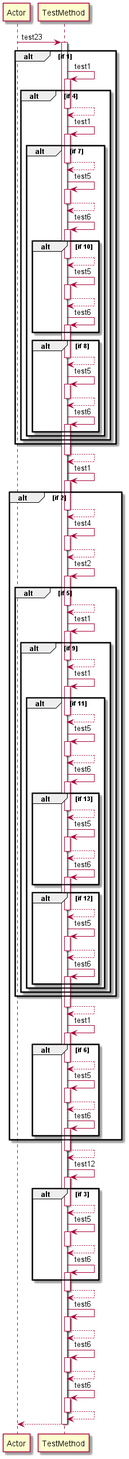
The PlantUML diagram Diagrams/BLOCK/test23.png in manucapo/Gardener, before a commit.
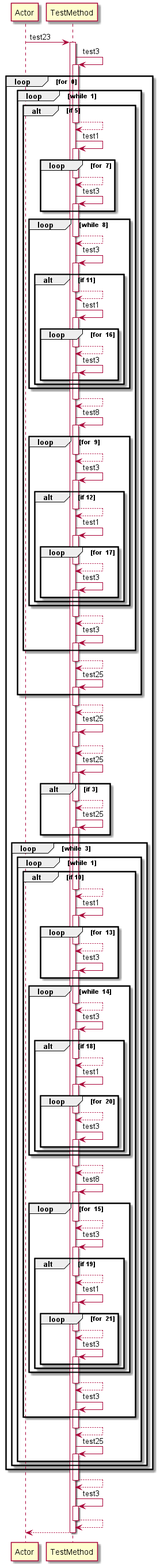
The same file after the commit.

Diff of the diagram source:
```diff
@@ -2,141 +2,153 @@
 participant Actor
 Actor -> TestMethod: test23
 activate TestMethod
-alt if 1
-TestMethod -> TestMethod: test1
+TestMethod -> TestMethod: test3
 activate TestMethod
-alt if 4
+loop for  0
+loop while  1
+alt if 5
 TestMethod-->TestMethod
 deactivate TestMethod
 TestMethod -> TestMethod: test1
 activate TestMethod
-alt if 7
+loop for  7
 TestMethod-->TestMethod
 deactivate TestMethod
-TestMethod -> TestMethod: test5
+TestMethod -> TestMethod: test3
 activate TestMethod
+end
+loop while  8
 TestMethod-->TestMethod
 deactivate TestMethod
-TestMethod -> TestMethod: test6
+TestMethod -> TestMethod: test3
 activate TestMethod
-alt if 10
+alt if 11
 TestMethod-->TestMethod
 deactivate TestMethod
-TestMethod -> TestMethod: test5
+TestMethod -> TestMethod: test1
 activate TestMethod
+loop for  16
 TestMethod-->TestMethod
 deactivate TestMethod
-TestMethod -> TestMethod: test6
+TestMethod -> TestMethod: test3
 activate TestMethod
-end
-alt if 8
-TestMethod-->TestMethod
-deactivate TestMethod
-TestMethod -> TestMethod: test5
-activate TestMethod
-TestMethod-->TestMethod
-deactivate TestMethod
-TestMethod -> TestMethod: test6
-activate TestMethod
-end
 end
 end
 end
 TestMethod-->TestMethod
 deactivate TestMethod
-TestMethod -> TestMethod: test1
+TestMethod -> TestMethod: test8
 activate TestMethod
-alt if 2
+loop for  9
 TestMethod-->TestMethod
 deactivate TestMethod
-TestMethod -> TestMethod: test4
+TestMethod -> TestMethod: test3
 activate TestMethod
-TestMethod-->TestMethod
-deactivate TestMethod
-TestMethod -> TestMethod: test2
-activate TestMethod
-alt if 5
+alt if 12
 TestMethod-->TestMethod
 deactivate TestMethod
 TestMethod -> TestMethod: test1
 activate TestMethod
-alt if 9
+loop for  17
 TestMethod-->TestMethod
 deactivate TestMethod
-TestMethod -> TestMethod: test1
+TestMethod -> TestMethod: test3
 activate TestMethod
-alt if 11
-TestMethod-->TestMethod
-deactivate TestMethod
-TestMethod -> TestMethod: test5
-activate TestMethod
-TestMethod-->TestMethod
-deactivate TestMethod
-TestMethod -> TestMethod: test6
-activate TestMethod
-alt if 13
-TestMethod-->TestMethod
-deactivate TestMethod
-TestMethod -> TestMethod: test5
-activate TestMethod
-TestMethod-->TestMethod
-deactivate TestMethod
-TestMethod -> TestMethod: test6
-activate TestMethod
-end
-alt if 12
-TestMethod-->TestMethod
-deactivate TestMethod
-TestMethod -> TestMethod: test5
-activate TestMethod
-TestMethod-->TestMethod
-deactivate TestMethod
-TestMethod -> TestMethod: test6
-activate TestMethod
-end
 end
 end
 end
 TestMethod-->TestMethod
 deactivate TestMethod
-TestMethod -> TestMethod: test1
+TestMethod -> TestMethod: test3
 activate TestMethod
-alt if 6
+end
 TestMethod-->TestMethod
 deactivate TestMethod
-TestMethod -> TestMethod: test5
+TestMethod -> TestMethod: test25
+activate TestMethod
+end
+TestMethod-->TestMethod
+deactivate TestMethod
+TestMethod -> TestMethod: test25
 activate TestMethod
 TestMethod-->TestMethod
 deactivate TestMethod
-TestMethod -> TestMethod: test6
+TestMethod -> TestMethod: test25
 activate TestMethod
+alt if 3
+TestMethod-->TestMethod
+deactivate TestMethod
+TestMethod -> TestMethod: test25
+activate TestMethod
+end
+loop while  3
+loop while  1
+alt if 10
+TestMethod-->TestMethod
+deactivate TestMethod
+TestMethod -> TestMethod: test1
+activate TestMethod
+loop for  13
+TestMethod-->TestMethod
+deactivate TestMethod
+TestMethod -> TestMethod: test3
+activate TestMethod
+end
+loop while  14
+TestMethod-->TestMethod
+deactivate TestMethod
+TestMethod -> TestMethod: test3
+activate TestMethod
+alt if 18
+TestMethod-->TestMethod
+deactivate TestMethod
+TestMethod -> TestMethod: test1
+activate TestMethod
+loop for  20
+TestMethod-->TestMethod
+deactivate TestMethod
+TestMethod -> TestMethod: test3
+activate TestMethod
+end
 end
 end
 TestMethod-->TestMethod
 deactivate TestMethod
-TestMethod -> TestMethod: test12
+TestMethod -> TestMethod: test8
 activate TestMethod
-alt if 3
+loop for  15
 TestMethod-->TestMethod
 deactivate TestMethod
-TestMethod -> TestMethod: test5
+TestMethod -> TestMethod: test3
 activate TestMethod
+alt if 19
 TestMethod-->TestMethod
 deactivate TestMethod
-TestMethod -> TestMethod: test6
+TestMethod -> TestMethod: test1
+activate TestMethod
+loop for  21
+TestMethod-->TestMethod
+deactivate TestMethod
+TestMethod -> TestMethod: test3
+activate TestMethod
+end
+end
+end
+TestMethod-->TestMethod
+deactivate TestMethod
+TestMethod -> TestMethod: test3
 activate TestMethod
 end
 TestMethod-->TestMethod
 deactivate TestMethod
-TestMethod -> TestMethod: test6
+TestMethod -> TestMethod: test25
 activate TestMethod
+end
+end
+end
 TestMethod-->TestMethod
 deactivate TestMethod
-TestMethod -> TestMethod: test6
-activate TestMethod
-TestMethod-->TestMethod
-deactivate TestMethod
-TestMethod -> TestMethod: test6
+TestMethod -> TestMethod: test3
 activate TestMethod
 TestMethod-->TestMethod
 deactivate TestMethod
```
